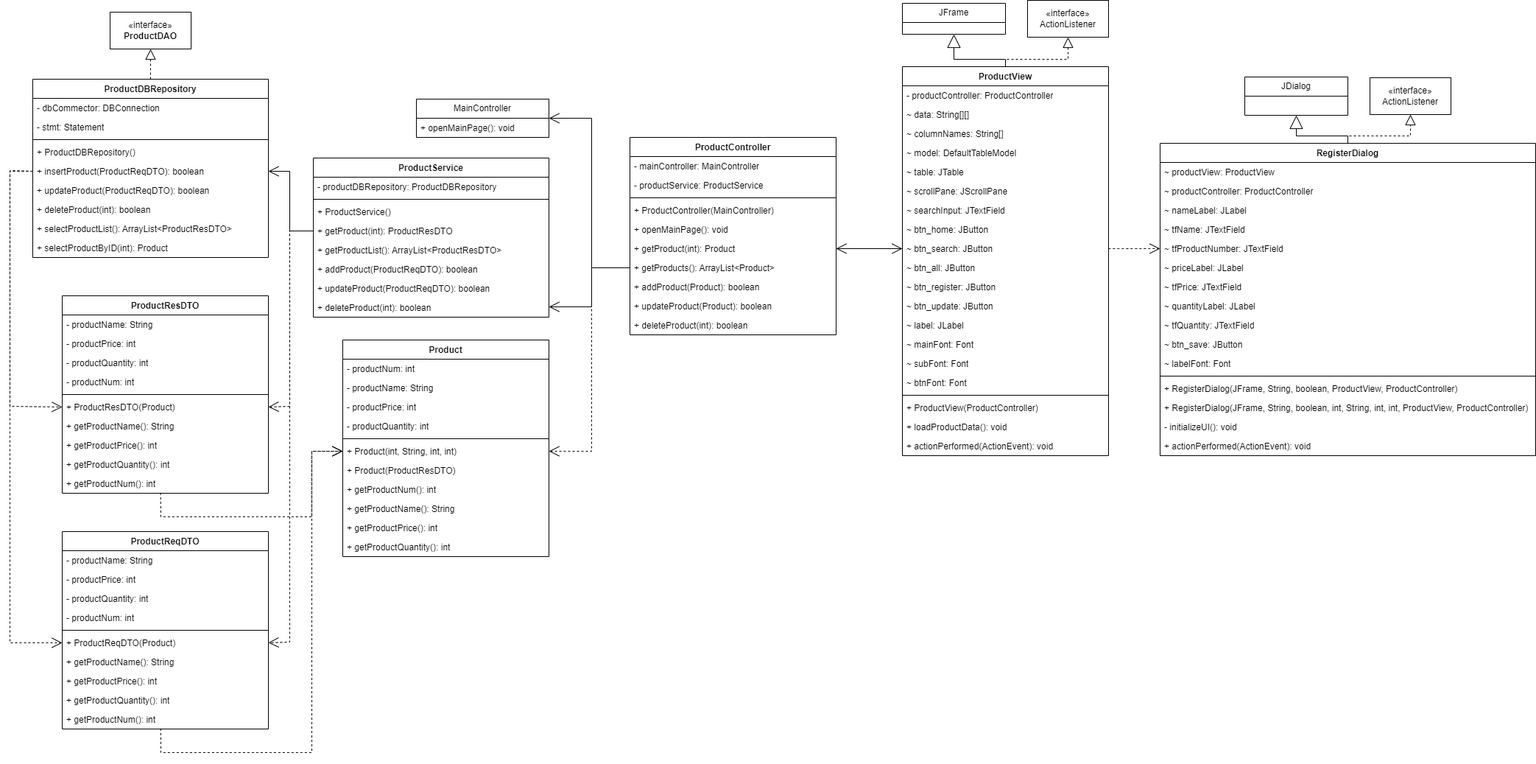
Before: diagram/Product.drawio.png, a diagram exported from draw.io (P-POS/PPOS). Source tidied: cells renumbered, new cells last; positions are measured from the earlier drawing's top-left corner, leaving out a move shared by most shapes.
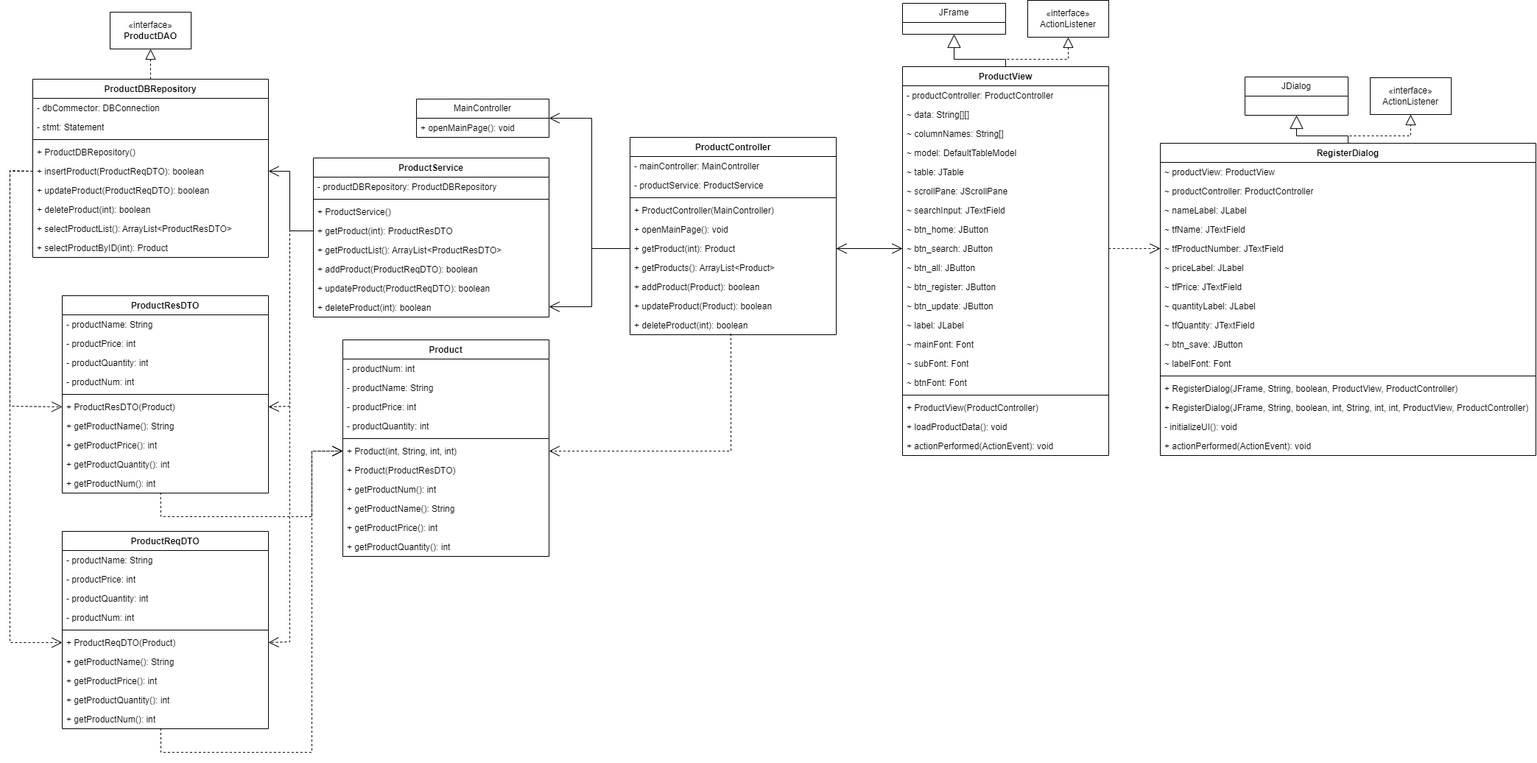
Above is the later version.

What changed in the source:
```diff
@@ -220,19 +220,19 @@
         </Array>
       </mxGeometry>
     </mxCell>
-    <mxCell id="68" style="endArrow=open;endFill=1;endSize=12;html=1;rounded=0;exitX=0;exitY=0.5;exitDx=0;exitDy=0;entryX=1;entryY=0.5;entryDx=0;entryDy=0;" parent="1" edge="1" source="9" target="127">
+    <mxCell id="68" style="endArrow=open;endFill=1;endSize=12;html=1;rounded=0;exitX=0;exitY=0.5;exitDx=0;exitDy=0;entryX=1;entryY=0.5;entryDx=0;entryDy=0;" parent="1" edge="1" source="8" target="127">
       <mxGeometry relative="1" as="geometry">
         <Array as="points">
-          <mxPoint x="790" y="363" />
+          <mxPoint x="790" y="337" />
           <mxPoint x="790" y="160" />
         </Array>
       </mxGeometry>
     </mxCell>
-    <mxCell id="69" style="endArrow=open;endFill=1;endSize=12;html=1;rounded=0;exitX=0;exitY=0.5;exitDx=0;exitDy=0;entryX=1;entryY=0.5;entryDx=0;entryDy=0;" parent="1" edge="1" source="9">
+    <mxCell id="69" style="endArrow=open;endFill=1;endSize=12;html=1;rounded=0;exitX=0;exitY=0.5;exitDx=0;exitDy=0;entryX=1;entryY=0.5;entryDx=0;entryDy=0;" parent="1" edge="1" source="8">
       <mxGeometry relative="1" as="geometry">
         <mxPoint x="732" y="416" as="targetPoint" />
         <Array as="points">
-          <mxPoint x="790" y="363" />
+          <mxPoint x="790" y="337" />
           <mxPoint x="790" y="416" />
         </Array>
       </mxGeometry>
@@ -393,10 +393,10 @@
     <mxCell id="119" value="+ getProductNum(): int" style="text;strokeColor=none;fillColor=none;align=left;verticalAlign=top;spacingLeft=4;spacingRight=4;overflow=hidden;points=[[0,0.5],[1,0.5]];portConstraint=eastwest;whiteSpace=wrap;html=1;" parent="109" vertex="1">
       <mxGeometry y="242" width="280" height="26" as="geometry" />
     </mxCell>
-    <mxCell id="120" style="endArrow=open;endSize=12;dashed=1;html=1;rounded=0;fontSize=12;curved=0;exitX=0;exitY=0.5;exitDx=0;exitDy=0;entryX=1;entryY=0.5;entryDx=0;entryDy=0;" parent="1" edge="1" source="9" target="89">
+    <mxCell id="120" style="endArrow=open;endSize=12;dashed=1;html=1;rounded=0;fontSize=12;curved=0;exitX=0.489;exitY=0.94;exitDx=0;exitDy=0;entryX=1;entryY=0.5;entryDx=0;entryDy=0;exitPerimeter=0;" parent="1" edge="1" source="12" target="89">
       <mxGeometry relative="1" as="geometry">
         <Array as="points">
-          <mxPoint x="790" y="363" />
+          <mxPoint x="979" y="612" />
           <mxPoint x="790" y="612" />
         </Array>
       </mxGeometry>
```
